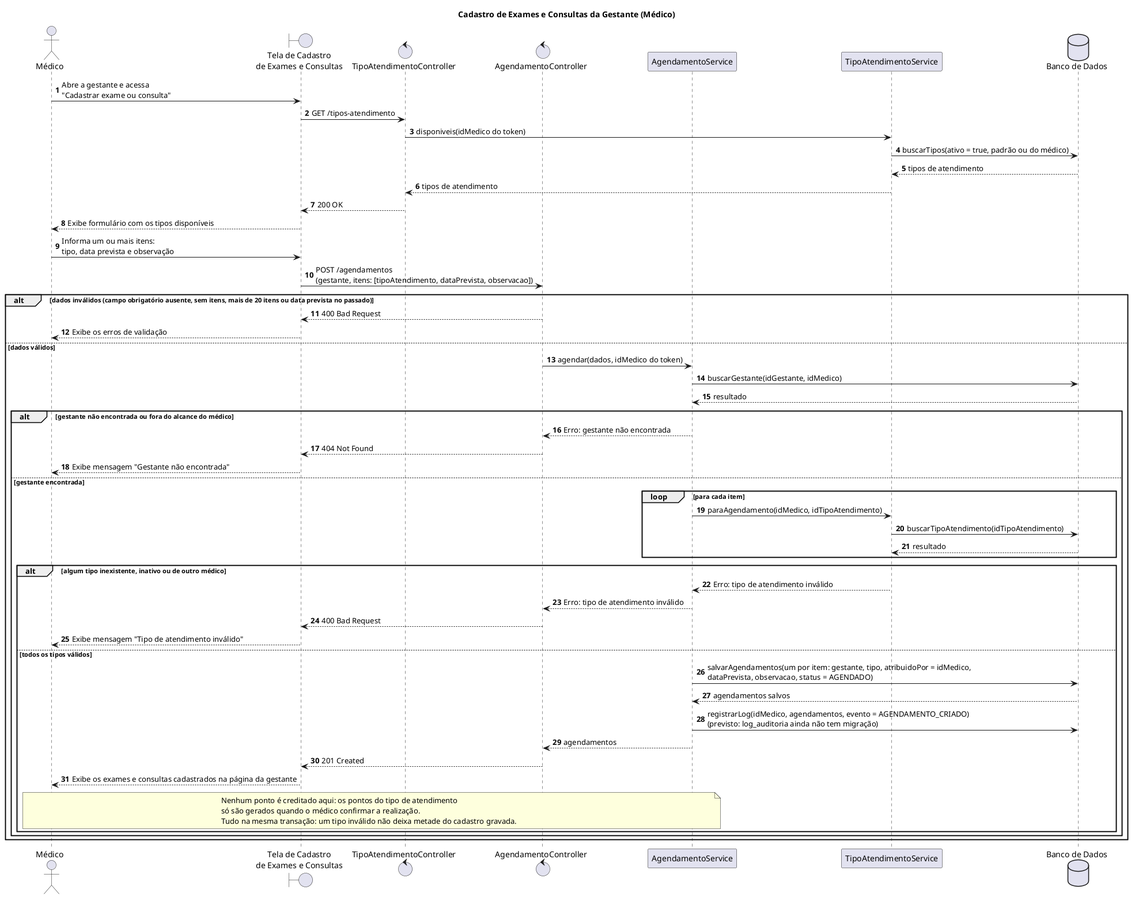
The PlantUML diagram docs/sequence-diagrams/cadastro-exame-consulta/cadastro-exame-consulta.png in CozyShelf/previna-backend, before a commit. Its diagram source:
```plantuml
@startuml cadastro-exame-consulta
title Cadastro de Exames e Consultas da Gestante (Médico)
autonumber

actor "Médico" as Medico
boundary "Tela de Cadastro\nde Exames e Consultas" as Tela
control "TipoAtendimentoController" as TipoController
control "AgendamentoController" as Controller
participant "AgendamentoService" as Service
participant "TipoAtendimentoService" as Tipos
database "Banco de Dados" as BD

Medico -> Tela : Abre a gestante e acessa\n"Cadastrar exame ou consulta"
Tela -> TipoController : GET /tipos-atendimento
TipoController -> Tipos : disponiveis(idMedico do token)
Tipos -> BD : buscarTipos(ativo = true, padrão ou do médico)
BD --> Tipos : tipos de atendimento
Tipos --> TipoController : tipos de atendimento
TipoController --> Tela : 200 OK
Tela --> Medico : Exibe formulário com os tipos disponíveis

Medico -> Tela : Informa um ou mais itens:\ntipo, data prevista e observação
Tela -> Controller : POST /agendamentos\n(gestante, itens: [tipoAtendimento, dataPrevista, observacao])

alt dados inválidos (campo obrigatório ausente, sem itens, mais de 20 itens ou data prevista no passado)
    Controller --> Tela : 400 Bad Request
    Tela --> Medico : Exibe os erros de validação
else dados válidos
    Controller -> Service : agendar(dados, idMedico do token)
    Service -> BD : buscarGestante(idGestante, idMedico)
    BD --> Service : resultado

    alt gestante não encontrada ou fora do alcance do médico
        Service --> Controller : Erro: gestante não encontrada
        Controller --> Tela : 404 Not Found
        Tela --> Medico : Exibe mensagem "Gestante não encontrada"
    else gestante encontrada
        loop para cada item
            Service -> Tipos : paraAgendamento(idMedico, idTipoAtendimento)
            Tipos -> BD : buscarTipoAtendimento(idTipoAtendimento)
            BD --> Tipos : resultado
        end

        alt algum tipo inexistente, inativo ou de outro médico
            Tipos --> Service : Erro: tipo de atendimento inválido
            Service --> Controller : Erro: tipo de atendimento inválido
            Controller --> Tela : 400 Bad Request
            Tela --> Medico : Exibe mensagem "Tipo de atendimento inválido"
        else todos os tipos válidos
            Service -> BD : salvarAgendamentos(um por item: gestante, tipo, atribuidoPor = idMedico,\ndataPrevista, observacao, status = AGENDADO)
            BD --> Service : agendamentos salvos
            Service -> BD : registrarLog(idMedico, agendamentos, evento = AGENDAMENTO_CRIADO)\n(previsto: log_auditoria ainda não tem migração)
            Service --> Controller : agendamentos
            Controller --> Tela : 201 Created
            Tela --> Medico : Exibe os exames e consultas cadastrados na página da gestante
            note over Medico, Service
                Nenhum ponto é creditado aqui: os pontos do tipo de atendimento
                só são gerados quando o médico confirmar a realização.
                Tudo na mesma transação: um tipo inválido não deixa metade do cadastro gravada.
            end note
        end
    end
end

@enduml
```
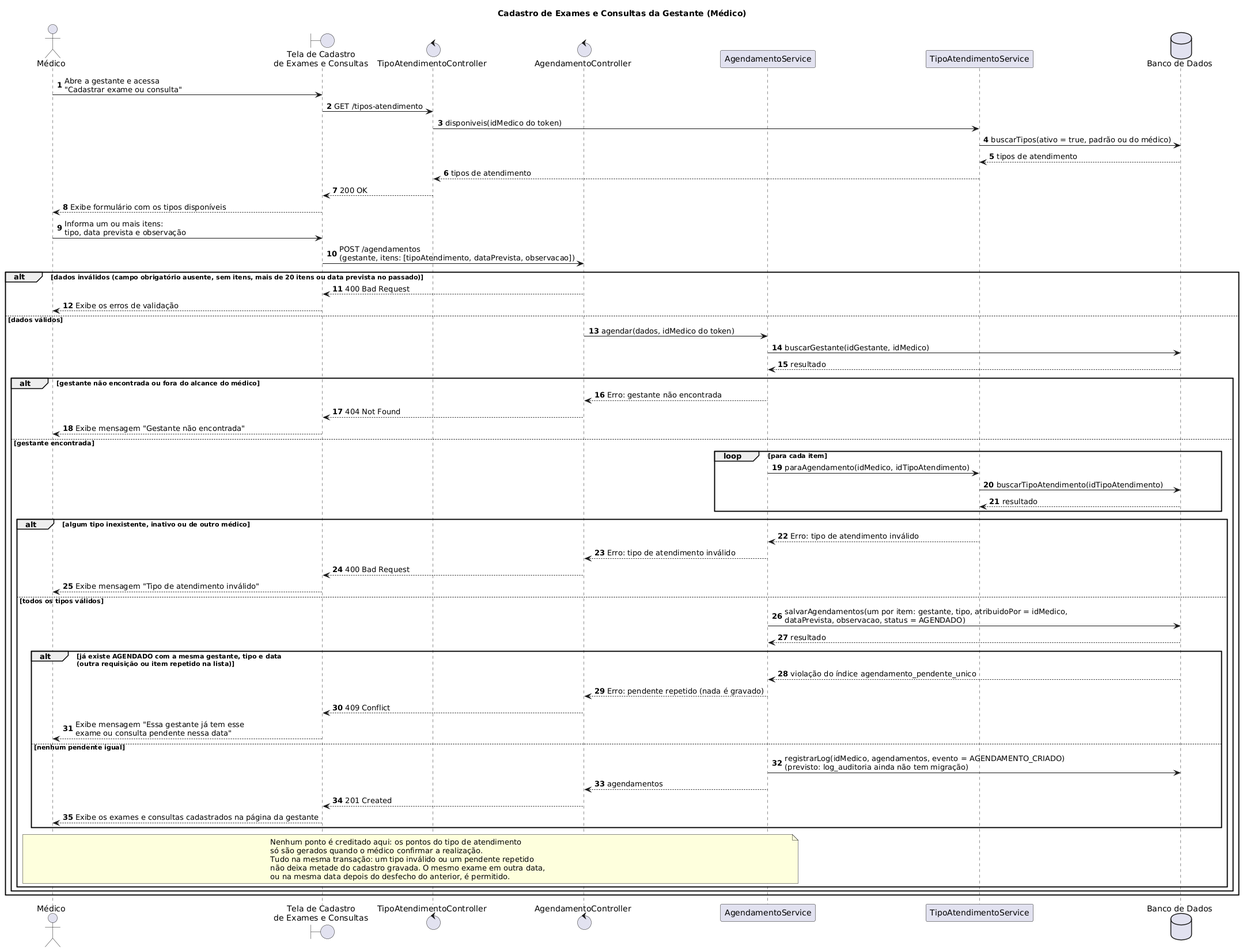
The same diagram one commit later.

Commit message:
docs: regenera os diagramas de agendamento e domínio

What changed in the source:
```diff
@@ -48,15 +48,25 @@
             Tela --> Medico : Exibe mensagem "Tipo de atendimento inválido"
         else todos os tipos válidos
             Service -> BD : salvarAgendamentos(um por item: gestante, tipo, atribuidoPor = idMedico,\ndataPrevista, observacao, status = AGENDADO)
-            BD --> Service : agendamentos salvos
-            Service -> BD : registrarLog(idMedico, agendamentos, evento = AGENDAMENTO_CRIADO)\n(previsto: log_auditoria ainda não tem migração)
-            Service --> Controller : agendamentos
-            Controller --> Tela : 201 Created
-            Tela --> Medico : Exibe os exames e consultas cadastrados na página da gestante
+            BD --> Service : resultado
+
+            alt já existe AGENDADO com a mesma gestante, tipo e data\n(outra requisição ou item repetido na lista)
+                BD --> Service : violação do índice agendamento_pendente_unico
+                Service --> Controller : Erro: pendente repetido (nada é gravado)
+                Controller --> Tela : 409 Conflict
+                Tela --> Medico : Exibe mensagem "Essa gestante já tem esse\nexame ou consulta pendente nessa data"
+            else nenhum pendente igual
+                Service -> BD : registrarLog(idMedico, agendamentos, evento = AGENDAMENTO_CRIADO)\n(previsto: log_auditoria ainda não tem migração)
+                Service --> Controller : agendamentos
+                Controller --> Tela : 201 Created
+                Tela --> Medico : Exibe os exames e consultas cadastrados na página da gestante
+            end
             note over Medico, Service
                 Nenhum ponto é creditado aqui: os pontos do tipo de atendimento
                 só são gerados quando o médico confirmar a realização.
-                Tudo na mesma transação: um tipo inválido não deixa metade do cadastro gravada.
+                Tudo na mesma transação: um tipo inválido ou um pendente repetido
+                não deixa metade do cadastro gravada. O mesmo exame em outra data,
+                ou na mesma data depois do desfecho do anterior, é permitido.
             end note
         end
     end
```
